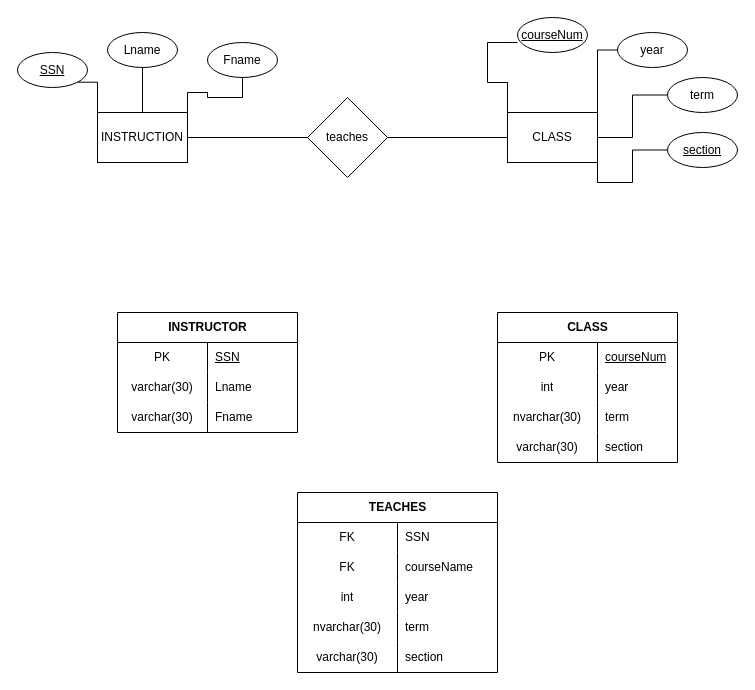
Before: 02-Modelado-de-Base-De-Datos/Modelos_E-R/Instructor_Class/Instructor_Class.drawio in LeoYochi/Base-De-Datos-, a draw.io diagram. Source tidied: cells renumbered, new cells numbered last; positions are measured from the earlier drawing's top-left corner, leaving out a move shared by most shapes. Both pictures are drawn from the tidied source at 100%, with x=0, y=0 at pixel (17, 17).
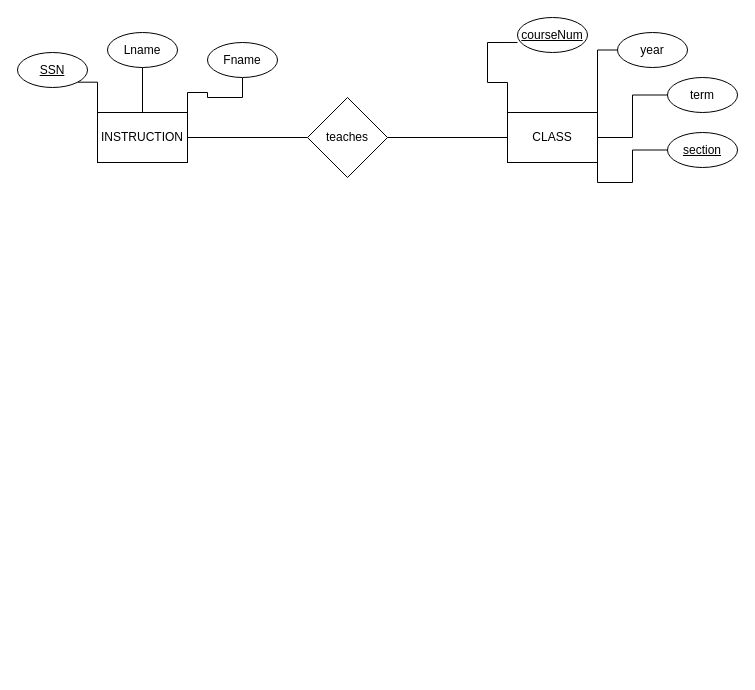
The same diagram, later.

Diff of the diagram source:
```diff
@@
-    <mxCell id="21" value="INSTRUCTOR" style="shape=table;startSize=30;childLayout=tableLayout;rowLines=0;fontStyle=1;align=center;html=1;" parent="1" vertex="1">
-      <mxGeometry x="100" y="295" width="180" height="120" as="geometry" />
-    </mxCell>
-    <mxCell id="22" style="shape=tableRow;horizontal=0;startSize=0;swimlaneHead=0;swimlaneBody=0;fillColor=none;top=0;left=0;right=0;bottom=0;" parent="21" vertex="1">
-      <mxGeometry y="30" width="180" height="30" as="geometry" />
-    </mxCell>
-    <mxCell id="23" value="PK" style="shape=partialRectangle;fillColor=none;top=0;left=0;bottom=0;right=0;overflow=hidden;whiteSpace=wrap;html=1;" parent="22" vertex="1">
-      <mxGeometry width="90" height="30" as="geometry" />
-    </mxCell>
-    <mxCell id="24" value="SSN" style="shape=partialRectangle;fillColor=none;top=0;left=0;bottom=0;right=0;align=left;spacingLeft=6;overflow=hidden;whiteSpace=wrap;html=1;fontStyle=4;" parent="22" vertex="1">
-      <mxGeometry x="90" width="90" height="30" as="geometry" />
-    </mxCell>
-    <mxCell id="25" style="shape=tableRow;horizontal=0;startSize=0;swimlaneHead=0;swimlaneBody=0;fillColor=none;top=0;left=0;right=0;bottom=0;" parent="21" vertex="1">
-      <mxGeometry y="60" width="180" height="30" as="geometry" />
-    </mxCell>
-    <mxCell id="26" value="varchar(30)" style="shape=partialRectangle;fillColor=none;top=0;left=0;bottom=0;right=0;overflow=hidden;whiteSpace=wrap;html=1;" parent="25" vertex="1">
-      <mxGeometry width="90" height="30" as="geometry" />
-    </mxCell>
-    <mxCell id="27" value="Lname" style="shape=partialRectangle;fillColor=none;top=0;left=0;bottom=0;right=0;align=left;spacingLeft=6;overflow=hidden;whiteSpace=wrap;html=1;" parent="25" vertex="1">
-      <mxGeometry x="90" width="90" height="30" as="geometry" />
-    </mxCell>
-    <mxCell id="28" style="shape=tableRow;horizontal=0;startSize=0;swimlaneHead=0;swimlaneBody=0;fillColor=none;top=0;left=0;right=0;bottom=0;" parent="21" vertex="1">
-      <mxGeometry y="90" width="180" height="30" as="geometry" />
-    </mxCell>
-    <mxCell id="29" value="varchar(30)" style="shape=partialRectangle;fillColor=none;top=0;left=0;bottom=0;right=0;overflow=hidden;whiteSpace=wrap;html=1;" parent="28" vertex="1">
-      <mxGeometry width="90" height="30" as="geometry" />
-    </mxCell>
-    <mxCell id="30" value="Fname" style="shape=partialRectangle;fillColor=none;top=0;left=0;bottom=0;right=0;align=left;spacingLeft=6;overflow=hidden;whiteSpace=wrap;html=1;" parent="28" vertex="1">
-      <mxGeometry x="90" width="90" height="30" as="geometry" />
-    </mxCell>
-    <mxCell id="31" value="CLASS" style="shape=table;startSize=30;childLayout=tableLayout;rowLines=0;fontStyle=1;align=center;html=1;" parent="1" vertex="1">
-      <mxGeometry x="480" y="295" width="180" height="150" as="geometry" />
-    </mxCell>
-    <mxCell id="32" style="shape=tableRow;horizontal=0;startSize=0;swimlaneHead=0;swimlaneBody=0;fillColor=none;top=0;left=0;right=0;bottom=0;" parent="31" vertex="1">
-      <mxGeometry y="30" width="180" height="30" as="geometry" />
-    </mxCell>
-    <mxCell id="33" value="PK" style="shape=partialRectangle;fillColor=none;top=0;left=0;bottom=0;right=0;overflow=hidden;whiteSpace=wrap;html=1;" parent="32" vertex="1">
-      <mxGeometry width="100" height="30" as="geometry" />
-    </mxCell>
-    <mxCell id="34" value="&lt;u&gt;courseNum&lt;/u&gt;" style="shape=partialRectangle;fillColor=none;top=0;left=0;bottom=0;right=0;align=left;spacingLeft=6;overflow=hidden;whiteSpace=wrap;html=1;" parent="32" vertex="1">
-      <mxGeometry x="100" width="80" height="30" as="geometry" />
-    </mxCell>
-    <mxCell id="35" style="shape=tableRow;horizontal=0;startSize=0;swimlaneHead=0;swimlaneBody=0;fillColor=none;top=0;left=0;right=0;bottom=0;" parent="31" vertex="1">
-      <mxGeometry y="60" width="180" height="30" as="geometry" />
-    </mxCell>
-    <mxCell id="36" value="int" style="shape=partialRectangle;fillColor=none;top=0;left=0;bottom=0;right=0;overflow=hidden;whiteSpace=wrap;html=1;" parent="35" vertex="1">
-      <mxGeometry width="100" height="30" as="geometry" />
-    </mxCell>
-    <mxCell id="37" value="year" style="shape=partialRectangle;fillColor=none;top=0;left=0;bottom=0;right=0;align=left;spacingLeft=6;overflow=hidden;whiteSpace=wrap;html=1;" parent="35" vertex="1">
-      <mxGeometry x="100" width="80" height="30" as="geometry" />
-    </mxCell>
-    <mxCell id="38" style="shape=tableRow;horizontal=0;startSize=0;swimlaneHead=0;swimlaneBody=0;fillColor=none;top=0;left=0;right=0;bottom=0;" parent="31" vertex="1">
-      <mxGeometry y="90" width="180" height="30" as="geometry" />
-    </mxCell>
-    <mxCell id="39" value="nvarchar(30)" style="shape=partialRectangle;fillColor=none;top=0;left=0;bottom=0;right=0;overflow=hidden;whiteSpace=wrap;html=1;" parent="38" vertex="1">
-      <mxGeometry width="100" height="30" as="geometry" />
-    </mxCell>
-    <mxCell id="40" value="term" style="shape=partialRectangle;fillColor=none;top=0;left=0;bottom=0;right=0;align=left;spacingLeft=6;overflow=hidden;whiteSpace=wrap;html=1;" parent="38" vertex="1">
-      <mxGeometry x="100" width="80" height="30" as="geometry" />
-    </mxCell>
-    <mxCell id="41" style="shape=tableRow;horizontal=0;startSize=0;swimlaneHead=0;swimlaneBody=0;fillColor=none;top=0;left=0;right=0;bottom=0;" parent="31" vertex="1">
-      <mxGeometry y="120" width="180" height="30" as="geometry" />
-    </mxCell>
-    <mxCell id="42" value="varchar(30)" style="shape=partialRectangle;fillColor=none;top=0;left=0;bottom=0;right=0;overflow=hidden;whiteSpace=wrap;html=1;" parent="41" vertex="1">
-      <mxGeometry width="100" height="30" as="geometry" />
-    </mxCell>
-    <mxCell id="43" value="section" style="shape=partialRectangle;fillColor=none;top=0;left=0;bottom=0;right=0;align=left;spacingLeft=6;overflow=hidden;whiteSpace=wrap;html=1;" parent="41" vertex="1">
-      <mxGeometry x="100" width="80" height="30" as="geometry" />
-    </mxCell>
-    <mxCell id="44" value="TEACHES" style="shape=table;startSize=30;childLayout=tableLayout;rowLines=0;fontStyle=1;align=center;html=1;" parent="1" vertex="1">
-      <mxGeometry x="280" y="475" width="200" height="180" as="geometry" />
-    </mxCell>
-    <mxCell id="45" style="shape=tableRow;horizontal=0;startSize=0;swimlaneHead=0;swimlaneBody=0;fillColor=none;top=0;left=0;right=0;bottom=0;" parent="44" vertex="1">
-      <mxGeometry y="30" width="200" height="30" as="geometry" />
-    </mxCell>
-    <mxCell id="46" value="FK" style="shape=partialRectangle;fillColor=none;top=0;left=0;bottom=0;right=0;overflow=hidden;whiteSpace=wrap;html=1;" parent="45" vertex="1">
-      <mxGeometry width="100" height="30" as="geometry" />
-    </mxCell>
-    <mxCell id="47" value="SSN" style="shape=partialRectangle;fillColor=none;top=0;left=0;bottom=0;right=0;align=left;spacingLeft=6;overflow=hidden;whiteSpace=wrap;html=1;" parent="45" vertex="1">
-      <mxGeometry x="100" width="100" height="30" as="geometry" />
-    </mxCell>
-    <mxCell id="48" style="shape=tableRow;horizontal=0;startSize=0;swimlaneHead=0;swimlaneBody=0;fillColor=none;top=0;left=0;right=0;bottom=0;" parent="44" vertex="1">
-      <mxGeometry y="60" width="200" height="30" as="geometry" />
-    </mxCell>
-    <mxCell id="49" value="FK" style="shape=partialRectangle;fillColor=none;top=0;left=0;bottom=0;right=0;overflow=hidden;whiteSpace=wrap;html=1;" parent="48" vertex="1">
-      <mxGeometry width="100" height="30" as="geometry" />
-    </mxCell>
-    <mxCell id="50" value="courseName" style="shape=partialRectangle;fillColor=none;top=0;left=0;bottom=0;right=0;align=left;spacingLeft=6;overflow=hidden;whiteSpace=wrap;html=1;" parent="48" vertex="1">
-      <mxGeometry x="100" width="100" height="30" as="geometry" />
-    </mxCell>
-    <mxCell id="51" style="shape=tableRow;horizontal=0;startSize=0;swimlaneHead=0;swimlaneBody=0;fillColor=none;top=0;left=0;right=0;bottom=0;" parent="44" vertex="1">
-      <mxGeometry y="90" width="200" height="30" as="geometry" />
-    </mxCell>
-    <mxCell id="52" value="int" style="shape=partialRectangle;fillColor=none;top=0;left=0;bottom=0;right=0;overflow=hidden;whiteSpace=wrap;html=1;" parent="51" vertex="1">
-      <mxGeometry width="100" height="30" as="geometry" />
-    </mxCell>
-    <mxCell id="53" value="year" style="shape=partialRectangle;fillColor=none;top=0;left=0;bottom=0;right=0;align=left;spacingLeft=6;overflow=hidden;whiteSpace=wrap;html=1;" parent="51" vertex="1">
-      <mxGeometry x="100" width="100" height="30" as="geometry" />
-    </mxCell>
-    <mxCell id="54" style="shape=tableRow;horizontal=0;startSize=0;swimlaneHead=0;swimlaneBody=0;fillColor=none;top=0;left=0;right=0;bottom=0;" parent="44" vertex="1">
-      <mxGeometry y="120" width="200" height="30" as="geometry" />
-    </mxCell>
-    <mxCell id="55" value="nvarchar(30)" style="shape=partialRectangle;fillColor=none;top=0;left=0;bottom=0;right=0;overflow=hidden;whiteSpace=wrap;html=1;" parent="54" vertex="1">
-      <mxGeometry width="100" height="30" as="geometry" />
-    </mxCell>
-    <mxCell id="56" value="term" style="shape=partialRectangle;fillColor=none;top=0;left=0;bottom=0;right=0;align=left;spacingLeft=6;overflow=hidden;whiteSpace=wrap;html=1;" parent="54" vertex="1">
-      <mxGeometry x="100" width="100" height="30" as="geometry" />
-    </mxCell>
-    <mxCell id="57" style="shape=tableRow;horizontal=0;startSize=0;swimlaneHead=0;swimlaneBody=0;fillColor=none;top=0;left=0;right=0;bottom=0;" parent="44" vertex="1">
-      <mxGeometry y="150" width="200" height="30" as="geometry" />
-    </mxCell>
-    <mxCell id="58" value="varchar(30)" style="shape=partialRectangle;fillColor=none;top=0;left=0;bottom=0;right=0;overflow=hidden;whiteSpace=wrap;html=1;" parent="57" vertex="1">
-      <mxGeometry width="100" height="30" as="geometry" />
-    </mxCell>
-    <mxCell id="59" value="section" style="shape=partialRectangle;fillColor=none;top=0;left=0;bottom=0;right=0;align=left;spacingLeft=6;overflow=hidden;whiteSpace=wrap;html=1;" parent="57" vertex="1">
-      <mxGeometry x="100" width="100" height="30" as="geometry" />
-    </mxCell>
```
